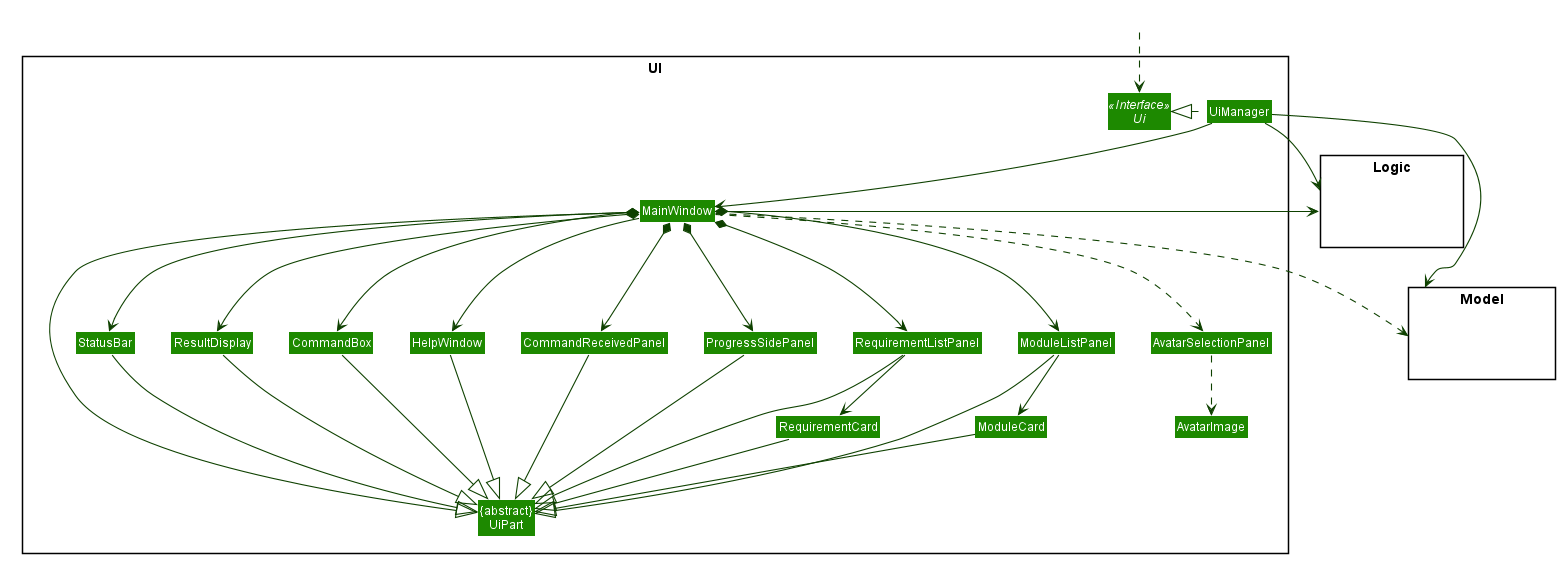
Earlier version of the PlantUML export images/developer-guide/UiClassDiagram.png (AY1920S2-CS2103T-F09-3/main). The source it was exported from:
```plantuml
@startuml









skinparam BackgroundColor #FFFFFFF

skinparam Shadowing false

skinparam Class {
    FontColor #FFFFFF
    BorderThickness 1
    BorderColor #FFFFFF
    StereotypeFontColor #FFFFFF
    FontName Arial
}

skinparam Actor {
    BorderColor #000000
    Color #000000
    FontName Arial
}

skinparam Sequence {
    MessageAlign center
    BoxFontSize 15
    BoxPadding 0
    BoxFontColor #FFFFFF
    FontName Arial
}

skinparam Participant {
    FontColor #FFFFFFF
    Padding 20
}

skinparam MinClassWidth 50
skinparam ParticipantPadding 10
skinparam Shadowing false
skinparam DefaultTextAlignment center
skinparam packageStyle Rectangle

hide footbox
hide members
hide circle
skinparam arrowThickness 1.1
skinparam arrowColor #0E4100
skinparam classBackgroundColor #1D8900

package UI <<Rectangle>>{
Interface Ui <<Interface>>
Class "{abstract}\nUiPart" as UiPart
Class UiManager
Class MainWindow
Class HelpWindow
Class ResultDisplay
Class CommandReceivedPanel
Class ProgressSidePanel
Class RequirementListPanel
Class StatusBar
Class CommandBox
Class ModuleCard
Class AvatarImage
Class ModuleListPanel
Class RequirementCard
Class AvatarSelectionPanel
}

package Model <<Rectangle>> {
Class HiddenModel #FFFFFF
}

package Logic <<Rectangle>> {
Class HiddenLogic #FFFFFF
}

Class HiddenOutside #FFFFFF
HiddenOutside ..> Ui

UiManager .left.|> Ui
UiManager -down-> MainWindow
MainWindow --> HelpWindow
MainWindow *-down-> CommandBox
MainWindow *-down-> ResultDisplay
MainWindow *-down-> StatusBar
MainWindow *-down-> ProgressSidePanel
MainWindow *-down-> CommandReceivedPanel
MainWindow *-down-> RequirementListPanel
MainWindow *-down-> ModuleListPanel

ModuleListPanel -down-> ModuleCard
RequirementListPanel -down-> RequirementCard
AvatarSelectionPanel ..> AvatarImage

MainWindow -left-|> UiPart

ResultDisplay --|> UiPart
CommandBox --|> UiPart
ModuleListPanel --|> UiPart
ModuleCard --|> UiPart
StatusBar --|> UiPart
HelpWindow -down-|> UiPart
CommandReceivedPanel --|> UiPart
ProgressSidePanel --|> UiPart
RequirementListPanel --|> UiPart
RequirementCard --|> UiPart

UiManager -right-> Logic
UiManager -left-> Model
MainWindow ..> Model
MainWindow ..> AvatarSelectionPanel
MainWindow -left-> Logic

ProgressSidePanel -[hidden]left- CommandReceivedPanel
CommandReceivedPanel -[hidden]left- HelpWindow
HelpWindow -[hidden]left- CommandBox
CommandBox -[hidden]left- ResultDisplay
ResultDisplay -[hidden]left- StatusBar

MainWindow -[hidden]-|> UiPart
@enduml
```
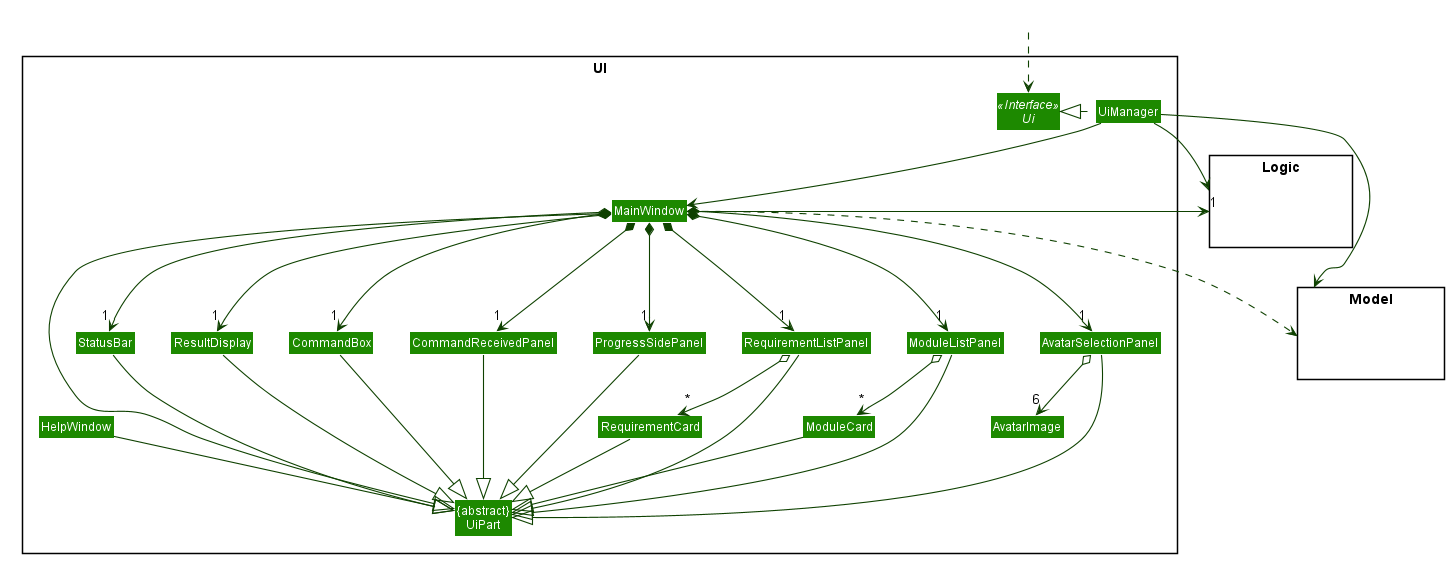
Later version of the same file.

The edit, as a diff of the source:
```diff
@@ -1,4 +1,5 @@
 @startuml
+
 
 
 
@@ -84,19 +85,18 @@
 
 UiManager .left.|> Ui
 UiManager -down-> MainWindow
-MainWindow --> HelpWindow
-MainWindow *-down-> CommandBox
-MainWindow *-down-> ResultDisplay
-MainWindow *-down-> StatusBar
-MainWindow *-down-> ProgressSidePanel
-MainWindow *-down-> CommandReceivedPanel
-MainWindow *-down-> RequirementListPanel
-MainWindow *-down-> ModuleListPanel
+MainWindow *-down-> "1" CommandBox
+MainWindow *-down-> "1" ResultDisplay
+MainWindow *-down-> "1" StatusBar
+MainWindow *-down-> "1" ProgressSidePanel
+MainWindow *-down-> "1" CommandReceivedPanel
+MainWindow *-down-> "1" RequirementListPanel
+MainWindow *-down-> "1" ModuleListPanel
+MainWindow *-down-> "1" AvatarSelectionPanel
 
-ModuleListPanel -down-> ModuleCard
-RequirementListPanel -down-> RequirementCard
-AvatarSelectionPanel ..> AvatarImage
-
+ModuleListPanel o-down-> "*" ModuleCard
+RequirementListPanel o-down-> "*" RequirementCard
+AvatarSelectionPanel o-down-> "6" AvatarImage
 MainWindow -left-|> UiPart
 
 ResultDisplay --|> UiPart
@@ -104,21 +104,20 @@
 ModuleListPanel --|> UiPart
 ModuleCard --|> UiPart
 StatusBar --|> UiPart
-HelpWindow -down-|> UiPart
 CommandReceivedPanel --|> UiPart
 ProgressSidePanel --|> UiPart
 RequirementListPanel --|> UiPart
 RequirementCard --|> UiPart
+AvatarSelectionPanel --|> UiPart
+HelpWindow --|> UiPart
 
-UiManager -right-> Logic
+UiManager -right-> "1" Logic
 UiManager -left-> Model
 MainWindow ..> Model
-MainWindow ..> AvatarSelectionPanel
 MainWindow -left-> Logic
 
 ProgressSidePanel -[hidden]left- CommandReceivedPanel
-CommandReceivedPanel -[hidden]left- HelpWindow
-HelpWindow -[hidden]left- CommandBox
+CommandReceivedPanel -[hidden]left- CommandBox
 CommandBox -[hidden]left- ResultDisplay
 ResultDisplay -[hidden]left- StatusBar
 
```
